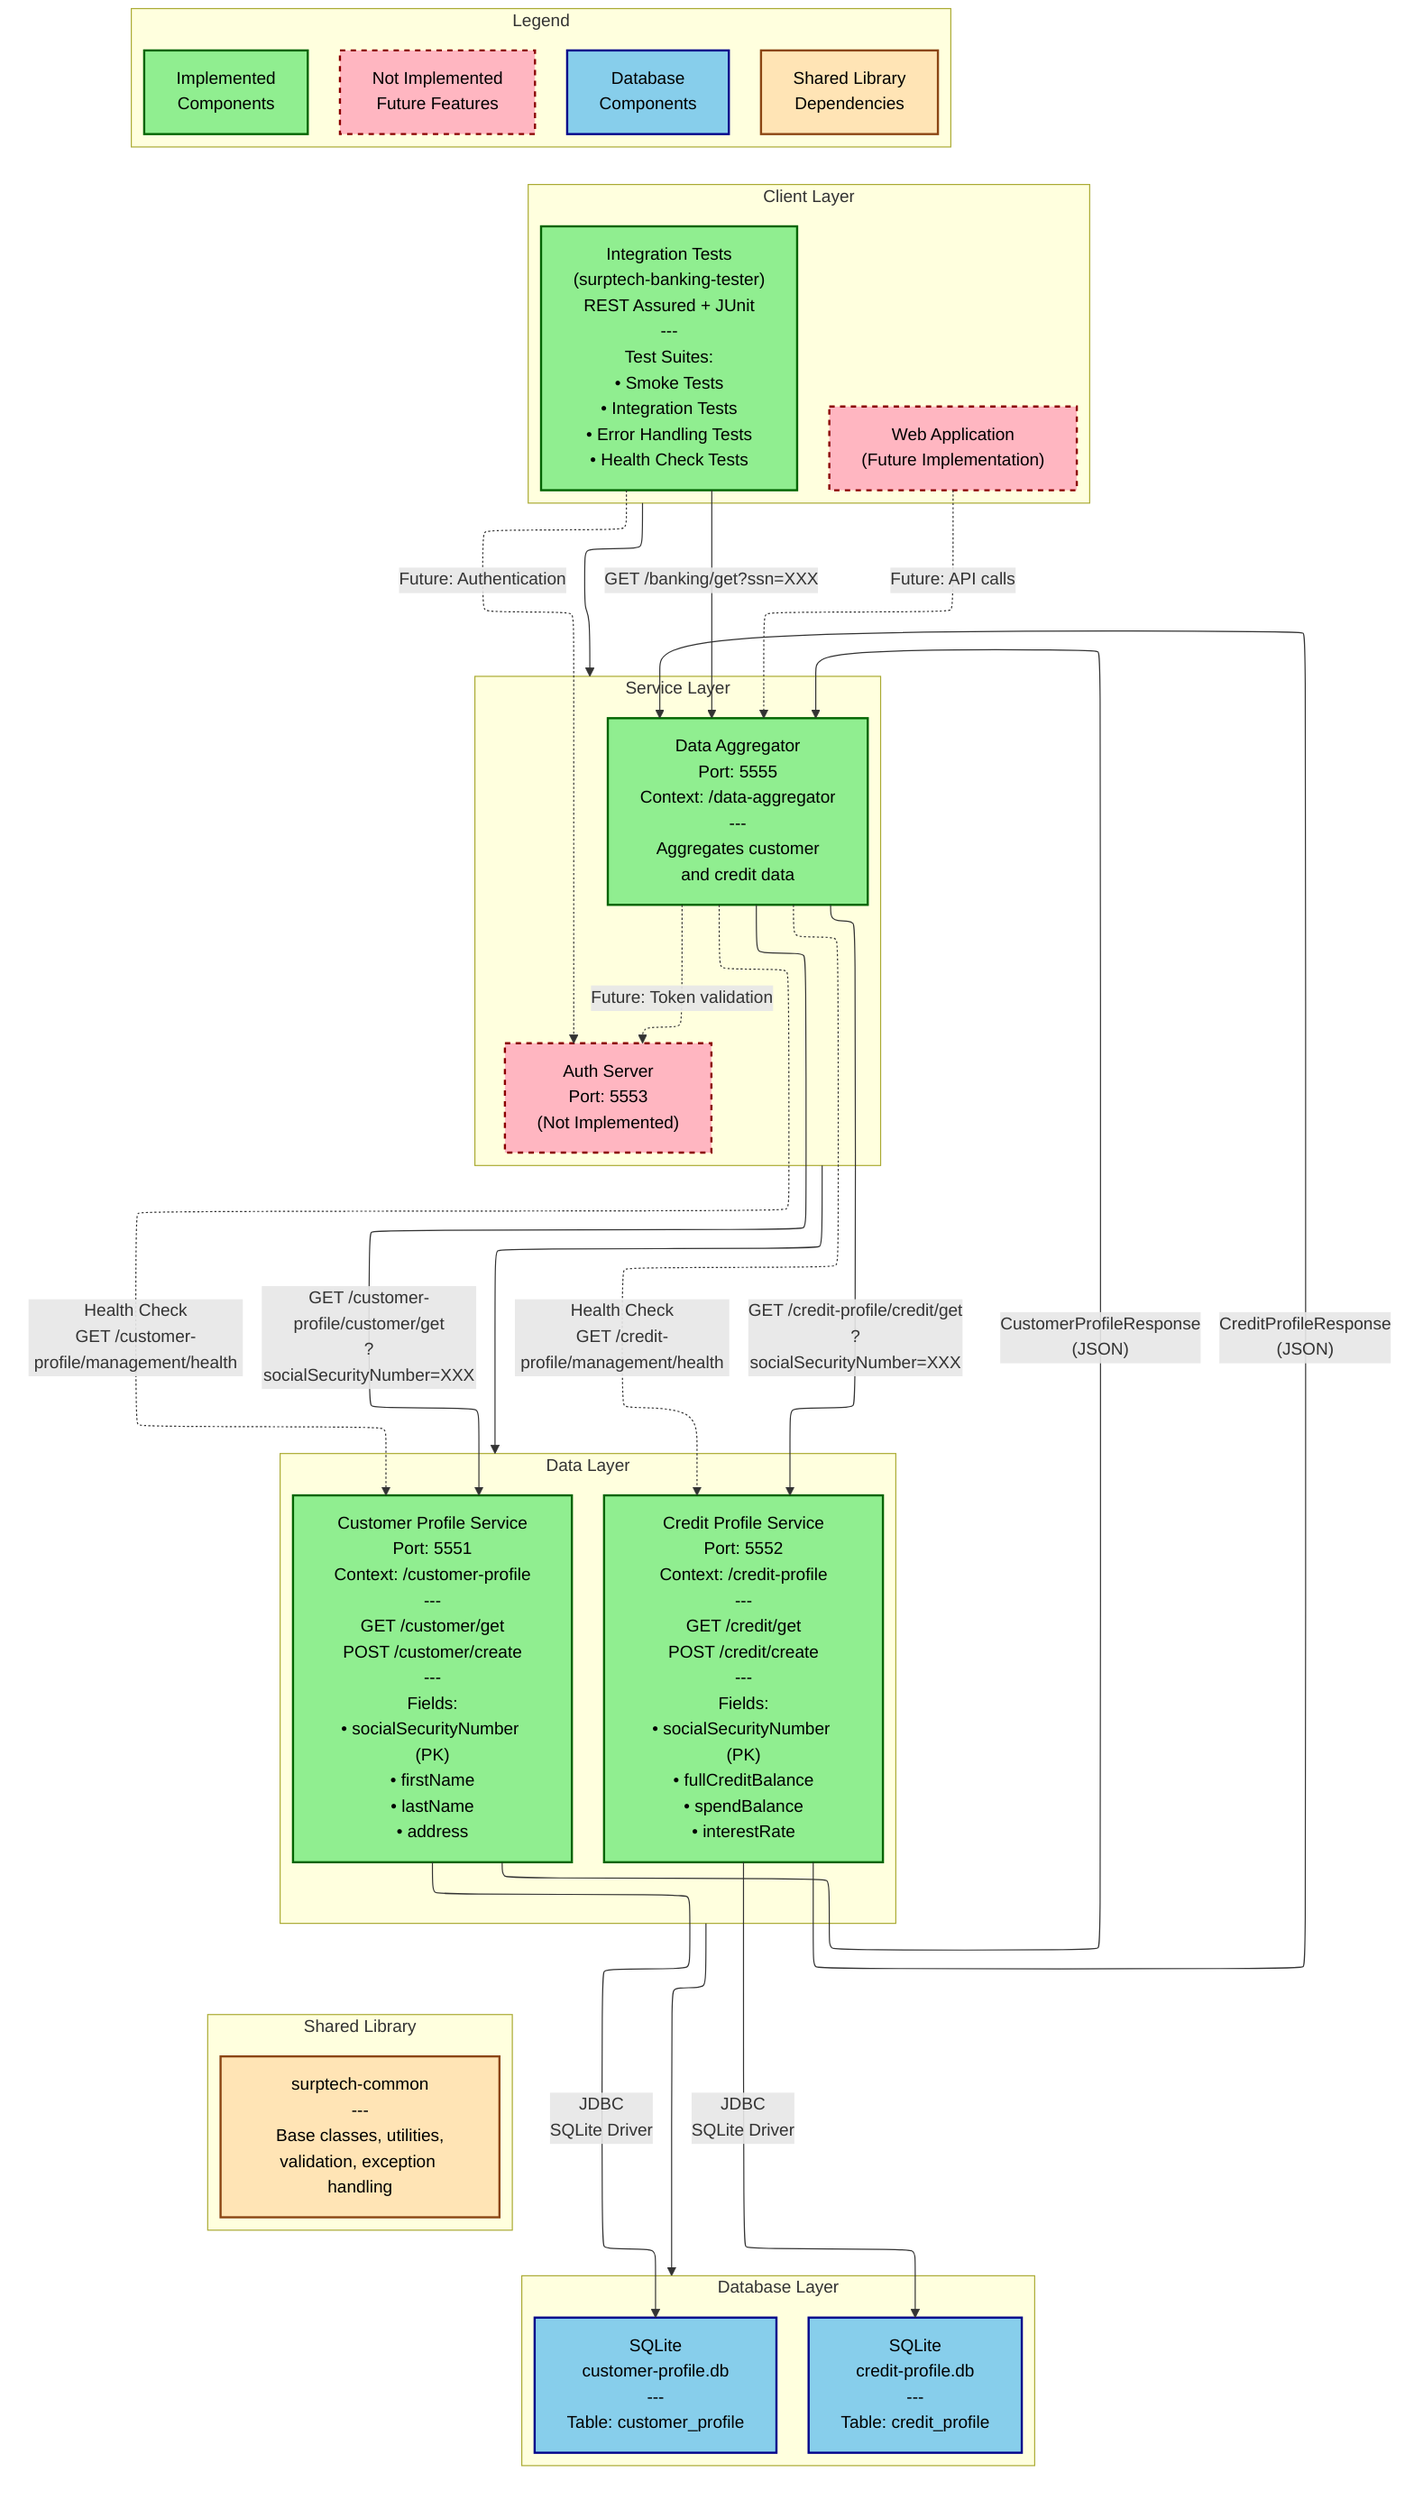
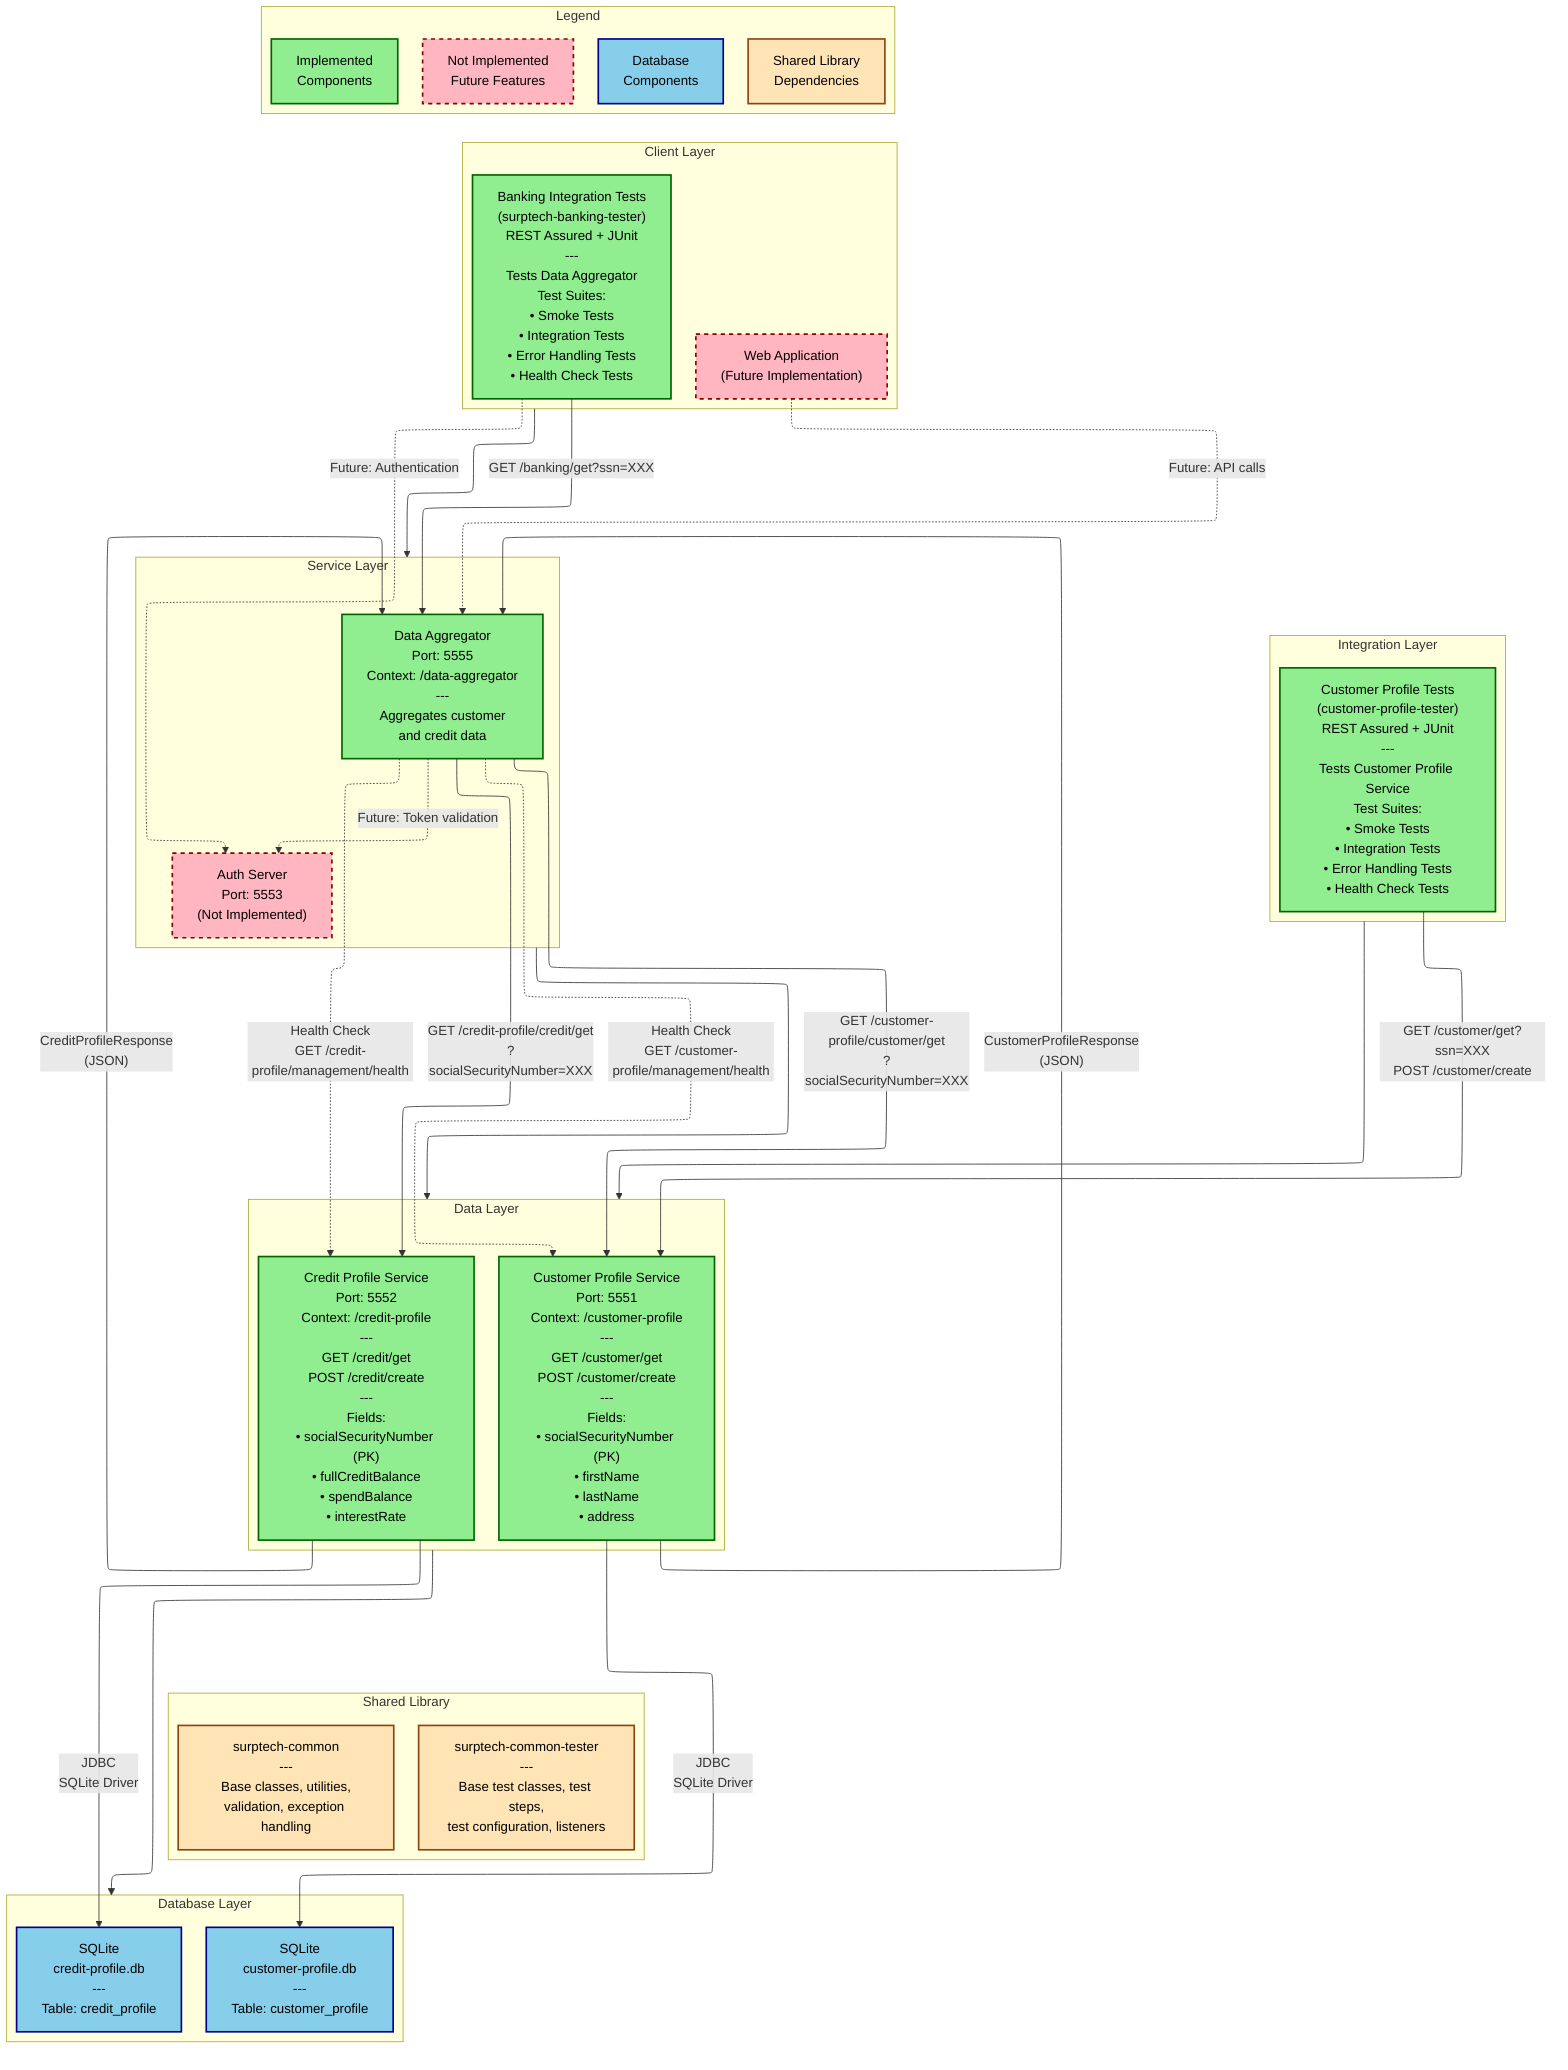
%%{init: {'flowchart': {'defaultRenderer': 'elk'}}}%%

flowchart TD
    subgraph Legend["Legend"]
        direction LR
        LegendImplemented["Implemented\nComponents"]
        LegendNotImplemented["Not Implemented\nFuture Features"]
        LegendDatabase["Database\nComponents"]
        LegendLibrary["Shared Library\nDependencies"]
        LegendImplemented ~~~ LegendNotImplemented ~~~ LegendDatabase ~~~ LegendLibrary
    end

    subgraph Client["Client Layer"]
        direction LR
-         Tester["Integration Tests\n(surptech-banking-tester)\nREST Assured + JUnit\n---\nTest Suites:\n• Smoke Tests\n• Integration Tests\n• Error Handling Tests\n• Health Check Tests"]
+         BankingTester["Banking Integration Tests\n(surptech-banking-tester)\nREST Assured + JUnit\n---\nTests Data Aggregator\nTest Suites:\n• Smoke Tests\n• Integration Tests\n• Error Handling Tests\n• Health Check Tests"]
        Webpage["Web Application\n(Future Implementation)"]
+     end
+ 
+     subgraph Integration["Integration Layer"]
+         direction LR
+         CustomerTester["Customer Profile Tests\n(customer-profile-tester)\nREST Assured + JUnit\n---\nTests Customer Profile Service\nTest Suites:\n• Smoke Tests\n• Integration Tests\n• Error Handling Tests\n• Health Check Tests"]
    end

    subgraph ServiceLayer["Service Layer"]
        direction TB
        DataAggregator["Data Aggregator\nPort: 5555\nContext: /data-aggregator\n---\nAggregates customer\nand credit data"]
        AuthServer["Auth Server\nPort: 5553\n(Not Implemented)"]
    end

    subgraph DataLayer["Data Layer"]
        direction TB
        CustomerProfile["Customer Profile Service\nPort: 5551\nContext: /customer-profile\n---\nGET /customer/get\nPOST /customer/create\n---\nFields:\n• socialSecurityNumber (PK)\n• firstName\n• lastName\n• address"]

        CreditProfile["Credit Profile Service\nPort: 5552\nContext: /credit-profile\n---\nGET /credit/get\nPOST /credit/create\n---\nFields:\n• socialSecurityNumber (PK)\n• fullCreditBalance\n• spendBalance\n• interestRate"]
    end

    subgraph DatabaseLayer["Database Layer"]
        direction LR
        CustomerDB["SQLite\ncustomer-profile.db\n---\nTable: customer_profile"]
        CreditDB["SQLite\ncredit-profile.db\n---\nTable: credit_profile"]
    end

    subgraph SharedLib["Shared Library"]
        direction TB
        Common["surptech-common\n---\nBase classes, utilities,\nvalidation, exception handling"]
+         CommonTester["surptech-common-tester\n---\nBase test classes, test steps,\ntest configuration, listeners"]
    end

-     %% Client to Service Layer
-     Tester -- "GET /banking/get?ssn=XXX" --> DataAggregator
+     %% Client Layer to Service Layer
+     BankingTester -- "GET /banking/get?ssn=XXX" --> DataAggregator
    Webpage -. "Future: API calls" .-> DataAggregator
-     Tester -. "Future: Authentication" .-> AuthServer
+     BankingTester -. "Future: Authentication" .-> AuthServer
+ 
+     %% Integration Layer to Data Layer
+     CustomerTester -- "GET /customer/get?ssn=XXX\nPOST /customer/create" --> CustomerProfile

    %% Layer connections
    Legend ~~~ Client
+     Legend ~~~ Integration
    Client --> ServiceLayer
+     Integration --> DataLayer

    %% Service Layer interactions
    DataAggregator -- "GET /customer-profile/customer/get\n?socialSecurityNumber=XXX" --> CustomerProfile
    DataAggregator -- "GET /credit-profile/credit/get\n?socialSecurityNumber=XXX" --> CreditProfile
    DataAggregator -. "Future: Token validation" .-> AuthServer

    %% Keep vertical layer flow
    ServiceLayer --> DataLayer
    DataLayer --> DatabaseLayer

    %% Data Layer to Database
    CustomerProfile -- "JDBC\nSQLite Driver" --> CustomerDB
    CreditProfile -- "JDBC\nSQLite Driver" --> CreditDB

    %% Health Checks
    DataAggregator -. "Health Check\nGET /customer-profile/management/health" .-> CustomerProfile
    DataAggregator -. "Health Check\nGET /credit-profile/management/health" .-> CreditProfile

    %% Response Flow
    CustomerProfile -- "CustomerProfileResponse\n(JSON)" --> DataAggregator
    CreditProfile -- "CreditProfileResponse\n(JSON)" --> DataAggregator

    %% Shared library placement helpers
    DataAggregator ~~~ Common
    CustomerProfile ~~~ Common
    CreditProfile ~~~ Common
+     BankingTester ~~~ CommonTester
+     CustomerTester ~~~ CommonTester

    %% Styling
    classDef implemented fill:#90EE90,stroke:#006400,stroke-width:2px,color:#000000
    classDef notImplemented fill:#FFB6C1,stroke:#8B0000,stroke-width:2px,stroke-dasharray: 5 5,color:#000000
    classDef database fill:#87CEEB,stroke:#00008B,stroke-width:2px,color:#000000
    classDef library fill:#FFE4B5,stroke:#8B4513,stroke-width:2px,color:#000000

-     class DataAggregator,CustomerProfile,CreditProfile,Tester,LegendImplemented implemented
+     class DataAggregator,CustomerProfile,CreditProfile,BankingTester,CustomerTester,LegendImplemented implemented
    class AuthServer,Webpage,LegendNotImplemented notImplemented
    class CustomerDB,CreditDB,LegendDatabase database
-     class Common,LegendLibrary library+     class Common,CommonTester,LegendLibrary library